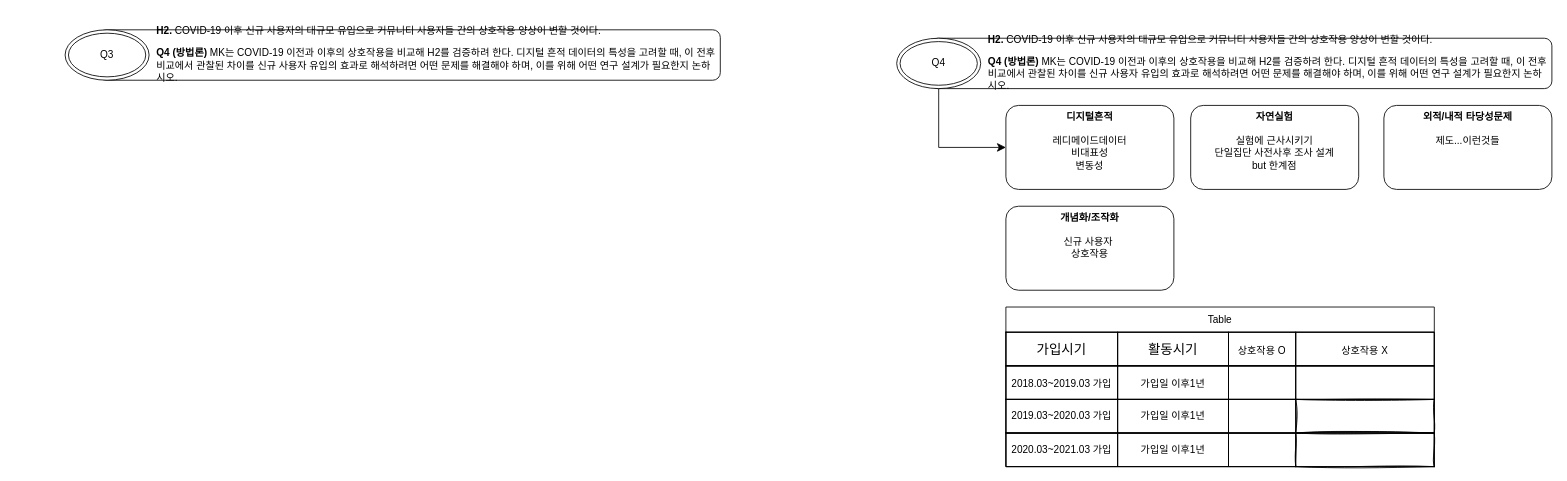
This is Untitled Diagram.drawio from myokyunghan/drawio_for_qual, a draw.io file, before an edit. Source tidied: cells renumbered, new cells numbered last; positions are measured from the earlier drawing's top-left corner, leaving out a move shared by most shapes. Both pictures are drawn from the tidied source at 84%, with x=0, y=0 at pixel (65, 29).
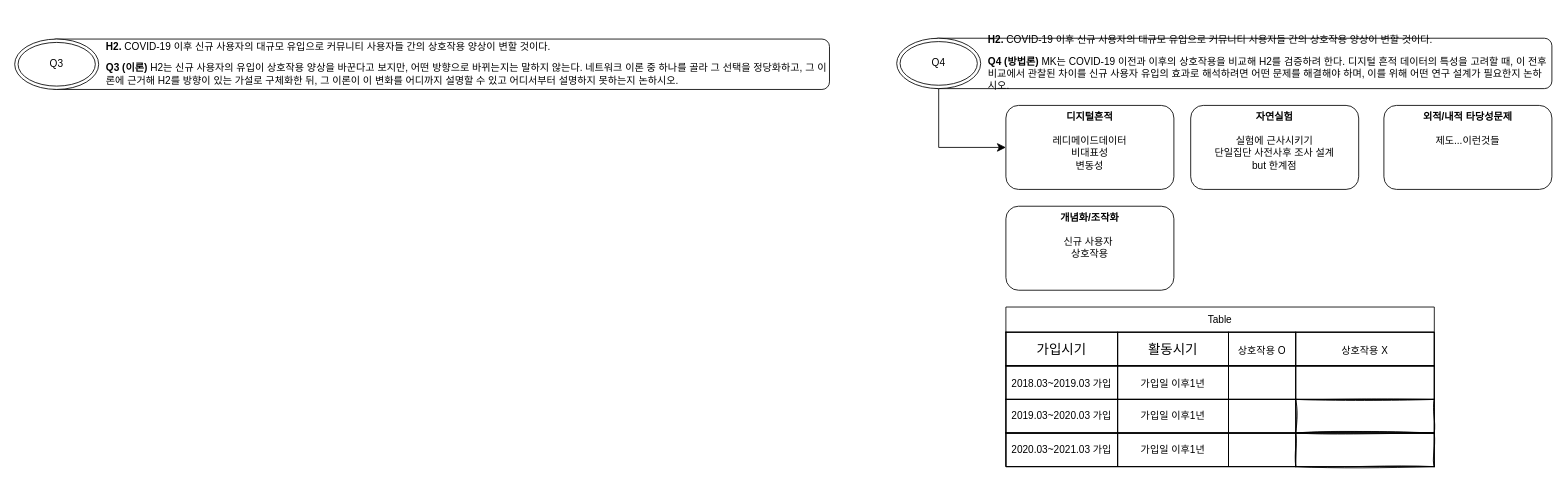
The same page after the edit.

The edit, as a diff of the source:
```diff
@@
     <mxCell id="31" value="&lt;div&gt;&lt;br&gt;&lt;/div&gt;" style="rounded=1;whiteSpace=wrap;html=1;roundedPerimeter=1;" parent="1" vertex="1">
-      <mxGeometry x="40" y="1" width="740" height="60" as="geometry" />
+      <mxGeometry x="-20" y="12" width="930" height="60" as="geometry" />
     </mxCell>
     <mxCell id="32" value="Q3" style="ellipse;shape=doubleEllipse;whiteSpace=wrap;html=1;" parent="1" vertex="1">
-      <mxGeometry y="1" width="100" height="60" as="geometry" />
+      <mxGeometry x="-60" y="12" width="100" height="60" as="geometry" />
     </mxCell>
-    <mxCell id="33" value="&lt;p&gt;&lt;strong&gt;H2.&lt;/strong&gt; COVID-19 이후 신규 사용자의 대규모 유입으로 커뮤니티 사용자들 간의 상호작용 양상이 변할 것이다.&lt;/p&gt;&lt;p&gt;&lt;/p&gt;&lt;p&gt;&lt;strong&gt;Q4 (방법론)&lt;/strong&gt; MK는 COVID-19 이전과 이후의 상호작용을 비교해 H2를 검증하려 한다. 디지털 흔적 데이터의 특성을 고려할 때, 이 전후 비교에서 관찰된 차이를 신규 사용자 유입의 효과로 해석하려면 어떤 문제를 해결해야 하며, 이를 위해 어떤 연구 설계가 필요한지 논하시오.&lt;/p&gt;" style="text;html=1;whiteSpace=wrap;strokeColor=none;fillColor=none;align=left;verticalAlign=middle;rounded=0;" parent="1" vertex="1">
-      <mxGeometry x="107" width="670" height="60" as="geometry" />
+    <mxCell id="33" value="&lt;p&gt;&lt;strong&gt;H2.&lt;/strong&gt; COVID-19 이후 신규 사용자의 대규모 유입으로 커뮤니티 사용자들 간의 상호작용 양상이 변할 것이다.&lt;/p&gt;&lt;p&gt;&lt;/p&gt;&lt;p&gt;&lt;/p&gt;&lt;p&gt;&lt;strong&gt;Q3 (이론)&lt;/strong&gt; H2는 신규 사용자의 유입이 상호작용 양상을 바꾼다고 보지만, 어떤 방향으로 바뀌는지는 말하지 않는다. 네트워크 이론 중 하나를 골라 그 선택을 정당화하고, 그 이론에 근거해 H2를 방향이 있는 가설로 구체화한 뒤, 그 이론이 이 변화를 어디까지 설명할 수 있고 어디서부터 설명하지 못하는지 논하시오.&lt;/p&gt;" style="text;html=1;whiteSpace=wrap;strokeColor=none;fillColor=none;align=left;verticalAlign=middle;rounded=0;" parent="1" vertex="1">
+      <mxGeometry x="47" y="11" width="863" height="60" as="geometry" />
     </mxCell>
```
